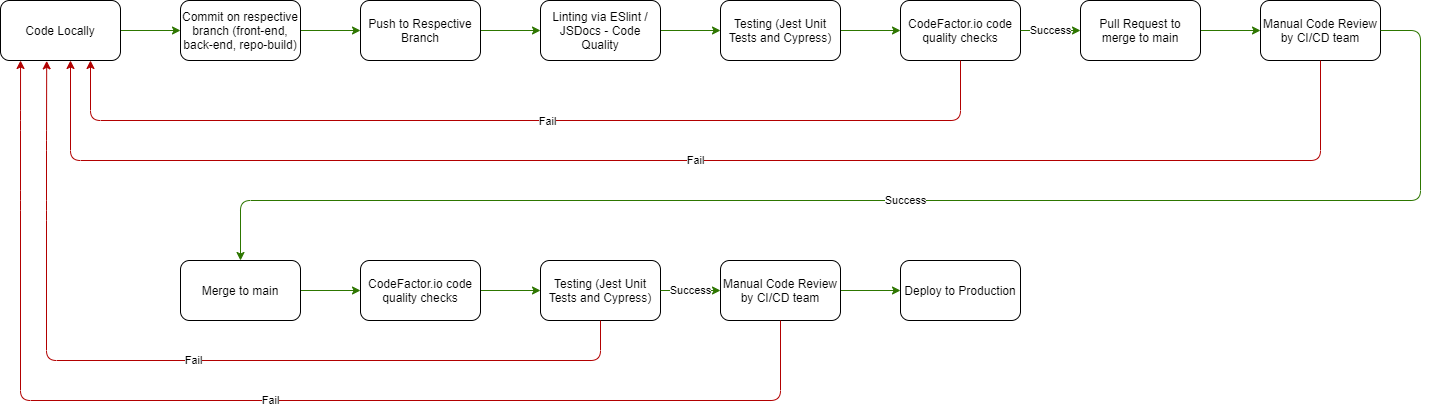
Above: admin/cipipeline/phase1.drawio.png in cse110-sp21-group14/cse110-sp21-group14 (draw.io), before the change. Source tidied: cells renumbered, new cells last; positions are measured from the earlier drawing's top-left corner, leaving out a move shared by most shapes.
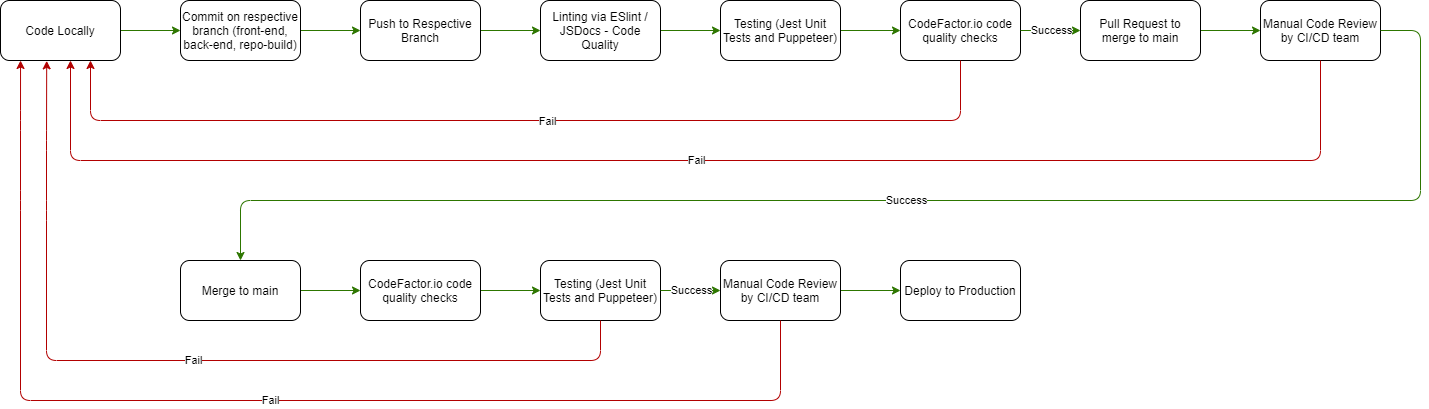
The same file after the commit.

Change to the diagram source:
```diff
@@ -32,7 +32,7 @@
     <mxCell id="11" style="edgeStyle=orthogonalEdgeStyle;rounded=0;jettySize=auto;html=1;fillColor=#60a917;strokeColor=#2D7600;" parent="1" edge="1" source="12" target="10">
       <mxGeometry relative="1" as="geometry" />
     </mxCell>
-    <mxCell id="12" value="Testing (Jest Unit Tests and Cypress)" style="rounded=1;whiteSpace=wrap;html=1;" parent="1" vertex="1">
+    <mxCell id="12" value="Testing (Jest Unit Tests and Puppeteer)" style="rounded=1;whiteSpace=wrap;html=1;" parent="1" vertex="1">
       <mxGeometry x="720" width="120" height="60" as="geometry" />
     </mxCell>
     <mxCell id="13" style="edgeStyle=orthogonalEdgeStyle;rounded=0;jettySize=auto;html=1;fillColor=#60a917;strokeColor=#2D7600;" parent="1" edge="1" source="14" target="12">
@@ -70,7 +70,7 @@
     <mxCell id="22" value="CodeFactor.io code quality checks" style="rounded=1;whiteSpace=wrap;html=1;" parent="1" vertex="1">
       <mxGeometry x="360" y="260" width="120" height="60" as="geometry" />
     </mxCell>
-    <mxCell id="23" value="Testing (Jest Unit Tests and Cypress)" style="rounded=1;whiteSpace=wrap;html=1;" parent="1" vertex="1">
+    <mxCell id="23" value="Testing (Jest Unit Tests and Puppeteer)" style="rounded=1;whiteSpace=wrap;html=1;" parent="1" vertex="1">
       <mxGeometry x="540" y="260" width="120" height="60" as="geometry" />
     </mxCell>
     <mxCell id="24" style="edgeStyle=orthogonalEdgeStyle;rounded=0;jettySize=auto;html=1;fillColor=#60a917;strokeColor=#2D7600;" parent="1" edge="1" source="25" target="16">
```
